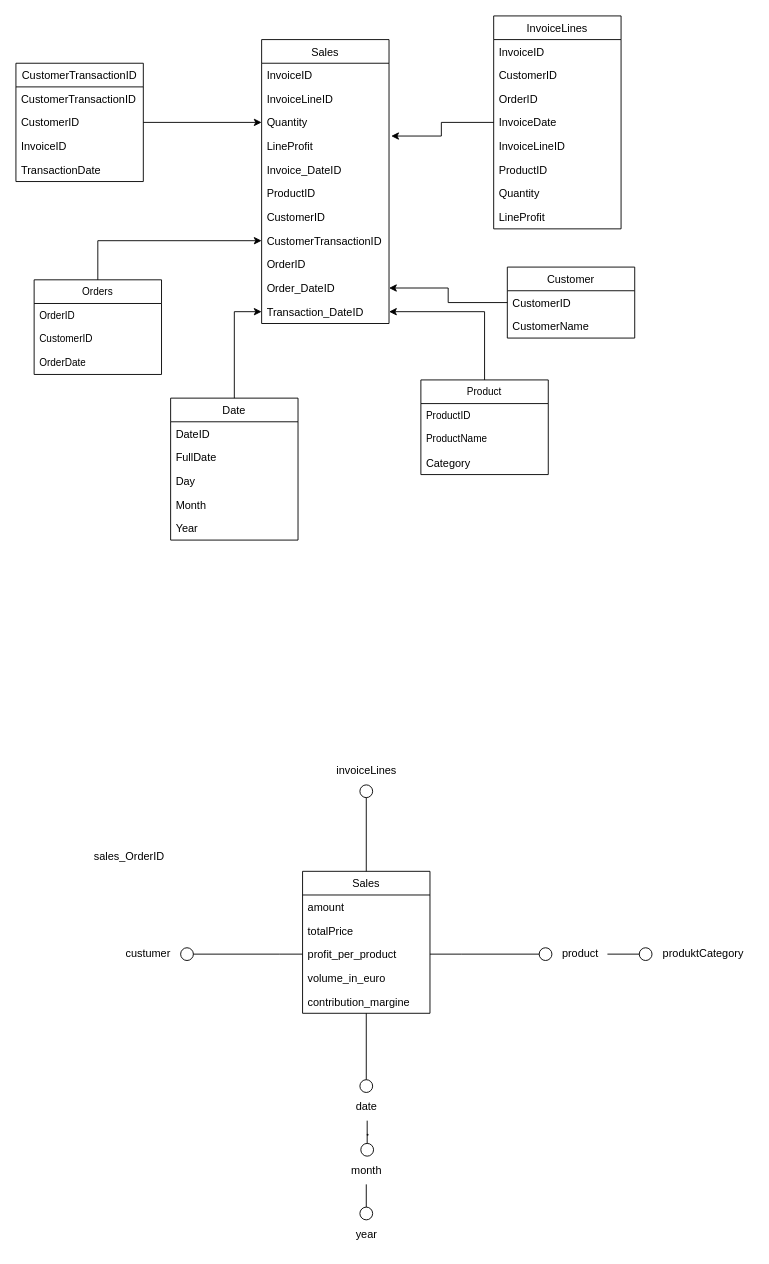
Above: page "Verkauf" (7 of 7) of Datenbankmodell_Abgabe_neu.drawio in Lukas313/PR-DKE (draw.io), before the change. Source tidied: cells renumbered, new cells numbered last; positions are measured from the earlier drawing's top-left corner, leaving out a move shared by most shapes. Both pictures are drawn from the tidied source at 91%, with x=0, y=0 at pixel (15, 15).
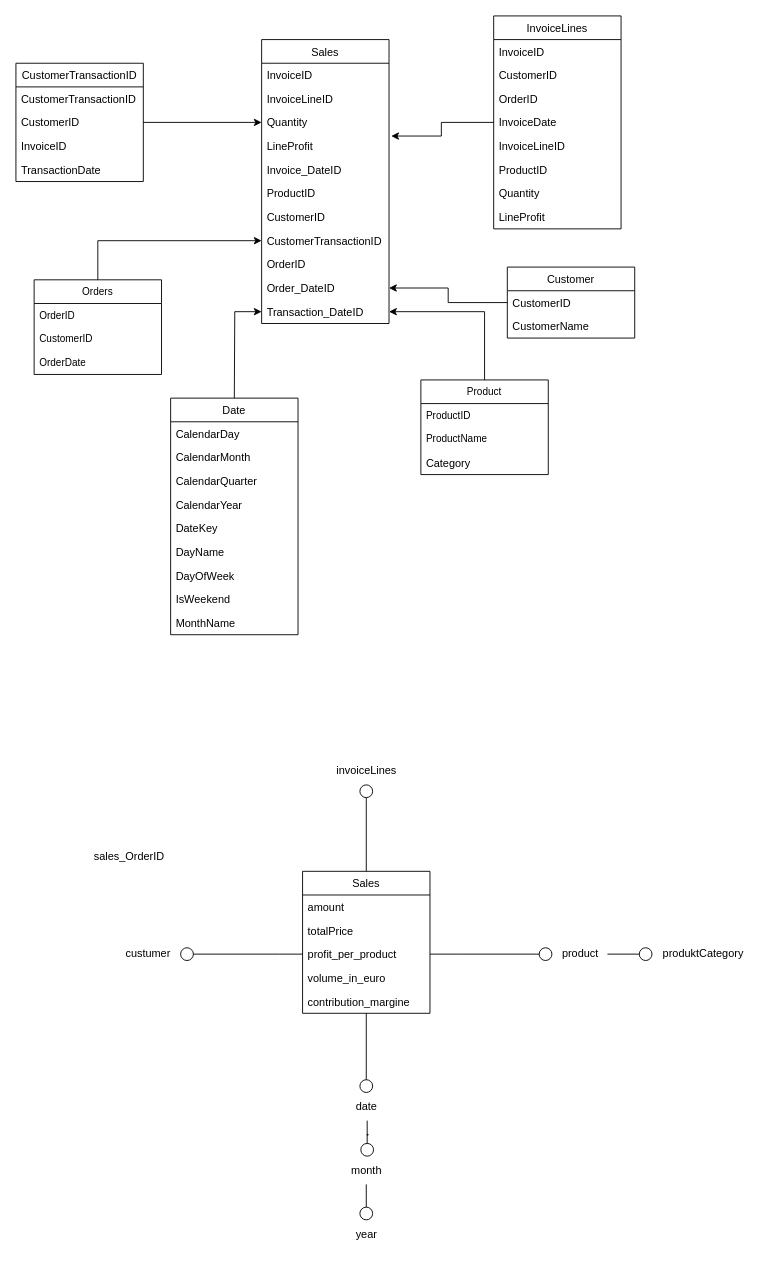
Above is the later version.

Unchanged cells that the change refers to:
```xml
<mxCell id="32" value="Transaction_DateID" style="text;strokeColor=none;fillColor=none;align=left;verticalAlign=top;spacingLeft=4;spacingRight=4;overflow=hidden;points=[[0,0.5],[1,0.5]];portConstraint=eastwest;" parent="21" vertex="1">
  <mxGeometry y="286" width="140" height="26" as="geometry" />
</mxCell>
```

Change to the diagram source:
```diff
@@
-    <mxCell id="33" style="edgeStyle=orthogonalEdgeStyle;shape=connector;rounded=0;jettySize=auto;html=1;entryX=0;entryY=0.5;entryDx=0;entryDy=0;labelBackgroundColor=default;strokeColor=default;align=center;verticalAlign=middle;fontFamily=Helvetica;fontSize=11;fontColor=default;endArrow=classic;" parent="1" edge="1" source="34" target="32">
-      <mxGeometry relative="1" as="geometry" />
+    <mxCell id="33" style="edgeStyle=orthogonalEdgeStyle;shape=connector;rounded=0;jettySize=auto;html=1;entryX=0;entryY=0.5;entryDx=0;entryDy=0;labelBackgroundColor=default;strokeColor=default;align=center;verticalAlign=middle;fontFamily=Helvetica;fontSize=11;fontColor=default;endArrow=classic;" parent="1" edge="1" target="32">
+      <mxGeometry relative="1" as="geometry">
+        <mxPoint x="240" y="420" as="sourcePoint" />
+      </mxGeometry>
     </mxCell>
-    <mxCell id="34" value="Date" style="swimlane;fontStyle=0;horizontal=1;startSize=26;fillColor=none;" parent="1" vertex="1">
-      <mxGeometry x="170" y="420" width="140" height="156" as="geometry" />
-    </mxCell>
-    <mxCell id="35" value="DateID" style="text;strokeColor=none;fillColor=none;align=left;verticalAlign=top;spacingLeft=4;spacingRight=4;overflow=hidden;" parent="34" vertex="1">
-      <mxGeometry y="26" width="140" height="26" as="geometry" />
-    </mxCell>
-    <mxCell id="36" value="FullDate" style="text;strokeColor=none;fillColor=none;align=left;verticalAlign=top;spacingLeft=4;spacingRight=4;overflow=hidden;" parent="34" vertex="1">
-      <mxGeometry y="52" width="140" height="26" as="geometry" />
-    </mxCell>
-    <mxCell id="37" value="Day" style="text;strokeColor=none;fillColor=none;align=left;verticalAlign=top;spacingLeft=4;spacingRight=4;overflow=hidden;" parent="34" vertex="1">
-      <mxGeometry y="78" width="140" height="26" as="geometry" />
-    </mxCell>
-    <mxCell id="38" value="Month" style="text;strokeColor=none;fillColor=none;align=left;verticalAlign=top;spacingLeft=4;spacingRight=4;overflow=hidden;" parent="34" vertex="1">
-      <mxGeometry y="104" width="140" height="26" as="geometry" />
-    </mxCell>
-    <mxCell id="39" value="Year" style="text;strokeColor=none;fillColor=none;align=left;verticalAlign=top;spacingLeft=4;spacingRight=4;overflow=hidden;" parent="34" vertex="1">
-      <mxGeometry y="130" width="140" height="26" as="geometry" />
-    </mxCell>
@@
+    <mxCell id="34" value="Date" style="swimlane;fontStyle=0;horizontal=1;startSize=26;fillColor=none;" parent="1" vertex="1">
+      <mxGeometry x="170" y="420" width="140" height="260" as="geometry" />
+    </mxCell>
+    <mxCell id="72" value="CalendarDay" style="text;strokeColor=none;fillColor=none;align=left;verticalAlign=top;spacingLeft=4;spacingRight=4;overflow=hidden;" parent="34" vertex="1">
+      <mxGeometry y="26" width="140" height="26" as="geometry" />
+    </mxCell>
+    <mxCell id="73" value="CalendarMonth" style="text;strokeColor=none;fillColor=none;align=left;verticalAlign=top;spacingLeft=4;spacingRight=4;overflow=hidden;" parent="34" vertex="1">
+      <mxGeometry y="52" width="140" height="26" as="geometry" />
+    </mxCell>
+    <mxCell id="74" value="CalendarQuarter" style="text;strokeColor=none;fillColor=none;align=left;verticalAlign=top;spacingLeft=4;spacingRight=4;overflow=hidden;" parent="34" vertex="1">
+      <mxGeometry y="78" width="140" height="26" as="geometry" />
+    </mxCell>
+    <mxCell id="75" value="CalendarYear" style="text;strokeColor=none;fillColor=none;align=left;verticalAlign=top;spacingLeft=4;spacingRight=4;overflow=hidden;" parent="34" vertex="1">
+      <mxGeometry y="104" width="140" height="26" as="geometry" />
+    </mxCell>
+    <mxCell id="76" value="DateKey" style="text;strokeColor=none;fillColor=none;align=left;verticalAlign=top;spacingLeft=4;spacingRight=4;overflow=hidden;" parent="34" vertex="1">
+      <mxGeometry y="130" width="140" height="26" as="geometry" />
+    </mxCell>
+    <mxCell id="77" value="DayName" style="text;strokeColor=none;fillColor=none;align=left;verticalAlign=top;spacingLeft=4;spacingRight=4;overflow=hidden;" parent="34" vertex="1">
+      <mxGeometry y="156" width="140" height="26" as="geometry" />
+    </mxCell>
+    <mxCell id="78" value="DayOfWeek" style="text;strokeColor=none;fillColor=none;align=left;verticalAlign=top;spacingLeft=4;spacingRight=4;overflow=hidden;" parent="34" vertex="1">
+      <mxGeometry y="182" width="140" height="26" as="geometry" />
+    </mxCell>
+    <mxCell id="79" value="IsWeekend" style="text;strokeColor=none;fillColor=none;align=left;verticalAlign=top;spacingLeft=4;spacingRight=4;overflow=hidden;" parent="34" vertex="1">
+      <mxGeometry y="208" width="140" height="26" as="geometry" />
+    </mxCell>
+    <mxCell id="80" value="MonthName" style="text;strokeColor=none;fillColor=none;align=left;verticalAlign=top;spacingLeft=4;spacingRight=4;overflow=hidden;" parent="34" vertex="1">
+      <mxGeometry y="234" width="140" height="26" as="geometry" />
+    </mxCell>
```
